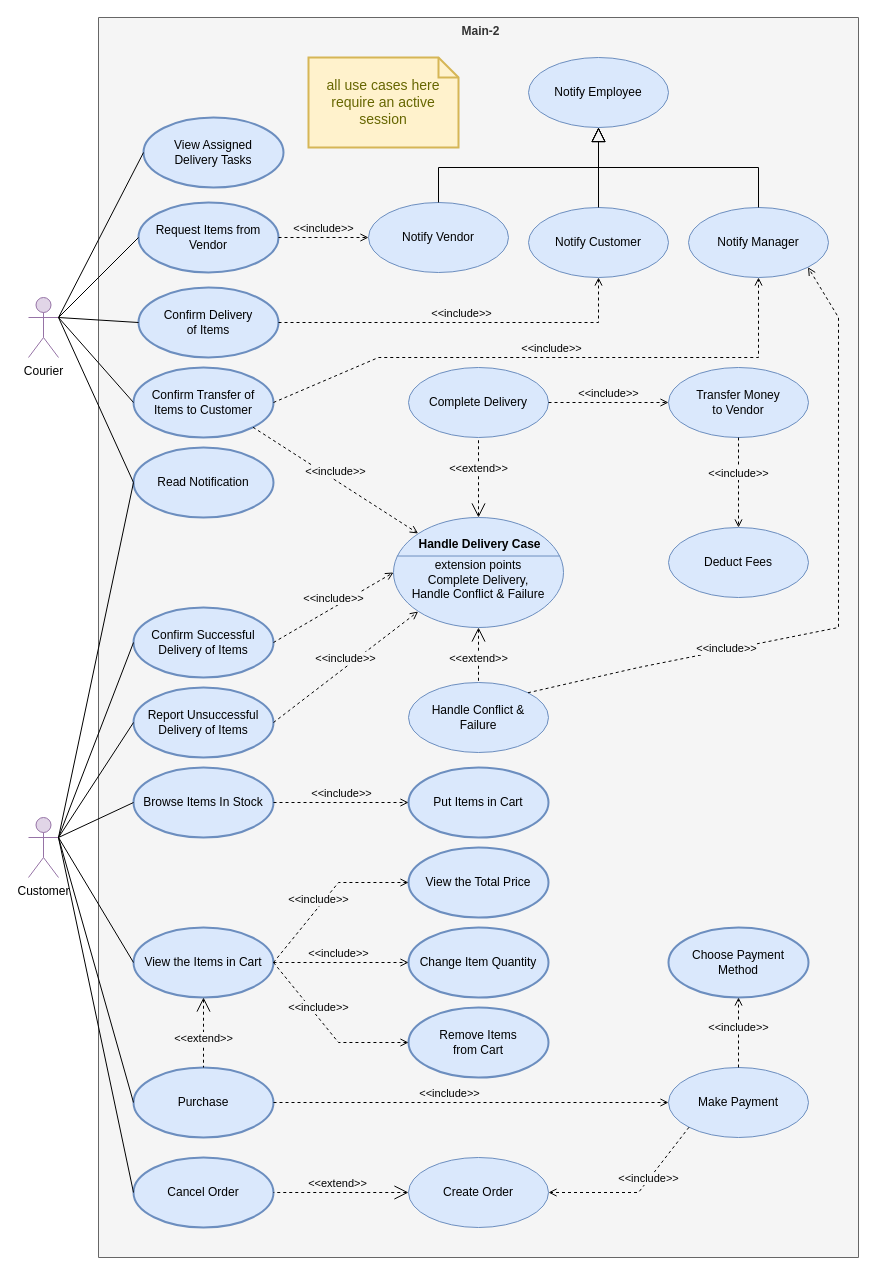
This is page "Main-2" (4 of 5) of software requirement/design/Use Case Diagram.drawio from nati-esh-zed/online_shopping_webapp, a draw.io file, before an edit. Source tidied: cells renumbered, new cells numbered last; positions are measured from the earlier drawing's top-left corner, leaving out a move shared by most shapes. Both pictures are drawn from the tidied source at 100%, with x=0, y=0 at pixel (28, 17).
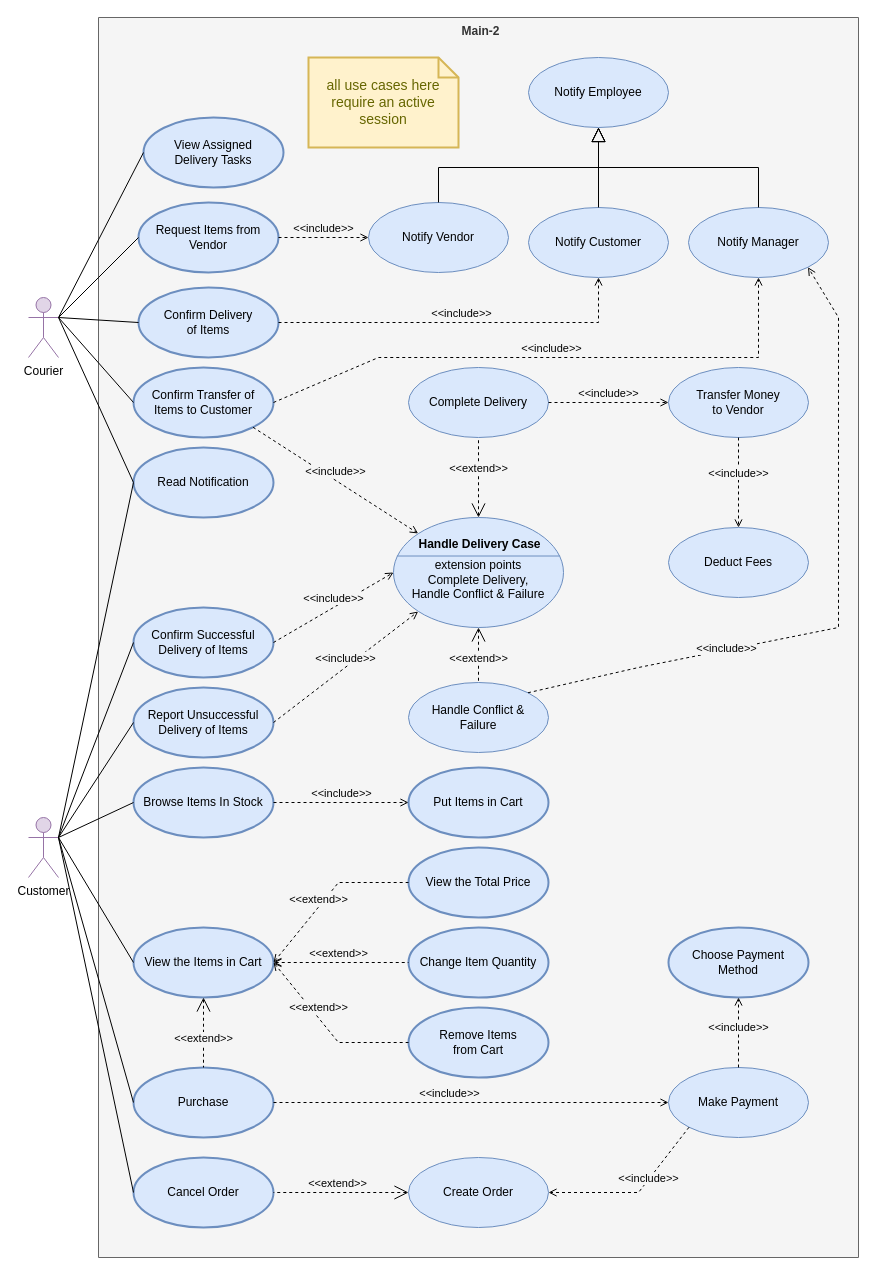
The same diagram, later.

Commit message (it also covers changes not shown here):
fix include-extend use-case diagram

The change refers to these unchanged cells:
```xml
<mxCell id="29" value="View the Items in Cart" style="ellipse;whiteSpace=wrap;html=1;fillColor=#dae8fc;strokeColor=#6c8ebf;strokeWidth=2;" parent="1" vertex="1">
  <mxGeometry x="105" y="910" width="140" height="70" as="geometry" />
</mxCell>
<mxCell id="31" value="Change Item Quantity" style="ellipse;whiteSpace=wrap;html=1;fillColor=#dae8fc;strokeColor=#6c8ebf;strokeWidth=2;" parent="1" vertex="1">
  <mxGeometry x="380" y="910" width="140" height="70" as="geometry" />
</mxCell>
<mxCell id="33" value="Remove Items&lt;br style=&quot;border-color: var(--border-color);&quot;&gt;from Cart" style="ellipse;whiteSpace=wrap;html=1;fillColor=#dae8fc;strokeColor=#6c8ebf;strokeWidth=2;" parent="1" vertex="1">
  <mxGeometry x="380" y="990" width="140" height="70" as="geometry" />
</mxCell>
<mxCell id="35" value="View the Total Price" style="ellipse;whiteSpace=wrap;html=1;fillColor=#dae8fc;strokeColor=#6c8ebf;strokeWidth=2;" parent="1" vertex="1">
  <mxGeometry x="380" y="830" width="140" height="70" as="geometry" />
</mxCell>
```

What changed in the source:
```diff
@@
-    <mxCell id="32" value="&amp;lt;&amp;lt;include&amp;gt;&amp;gt;" style="edgeStyle=none;html=1;endArrow=open;verticalAlign=bottom;dashed=1;labelBackgroundColor=#F5F5F5;rounded=0;exitX=1;exitY=0.5;exitDx=0;exitDy=0;entryX=0;entryY=0.5;entryDx=0;entryDy=0;" parent="1" edge="1" source="29" target="31">
+    <mxCell id="32" value="&amp;lt;&amp;lt;extend&amp;gt;&amp;gt;" style="edgeStyle=none;html=1;endArrow=none;verticalAlign=bottom;dashed=1;labelBackgroundColor=#F5F5F5;rounded=0;exitX=1;exitY=0.5;exitDx=0;exitDy=0;entryX=0;entryY=0.5;entryDx=0;entryDy=0;startArrow=open;startFill=0;endFill=0;" parent="1" edge="1" source="29" target="31">
       <mxGeometry x="-0.04" relative="1" as="geometry" />
     </mxCell>
@@
-    <mxCell id="34" value="&amp;lt;&amp;lt;include&amp;gt;&amp;gt;" style="edgeStyle=none;html=1;endArrow=open;verticalAlign=bottom;dashed=1;labelBackgroundColor=#F5F5F5;rounded=0;exitX=1;exitY=0.5;exitDx=0;exitDy=0;entryX=0;entryY=0.5;entryDx=0;entryDy=0;" parent="1" edge="1" source="29" target="33">
+    <mxCell id="34" value="&amp;lt;&amp;lt;extend&amp;gt;&amp;gt;" style="edgeStyle=none;html=1;endArrow=none;verticalAlign=bottom;dashed=1;labelBackgroundColor=#F5F5F5;rounded=0;exitX=1;exitY=0.5;exitDx=0;exitDy=0;entryX=0;entryY=0.5;entryDx=0;entryDy=0;startArrow=open;startFill=0;endFill=0;" parent="1" edge="1" source="29" target="33">
       <mxGeometry x="-0.18" relative="1" as="geometry">
         <Array as="points">
           <mxPoint x="310" y="1025" />
         </Array>
         <mxPoint y="-1" as="offset" />
       </mxGeometry>
     </mxCell>
@@
-    <mxCell id="36" value="&amp;lt;&amp;lt;include&amp;gt;&amp;gt;" style="edgeStyle=none;html=1;endArrow=open;verticalAlign=bottom;dashed=1;labelBackgroundColor=#F5F5F5;rounded=0;exitX=1;exitY=0.5;exitDx=0;exitDy=0;entryX=0;entryY=0.5;entryDx=0;entryDy=0;" parent="1" edge="1" source="29" target="35">
+    <mxCell id="36" value="&amp;lt;&amp;lt;extend&amp;gt;&amp;gt;" style="edgeStyle=none;html=1;endArrow=none;verticalAlign=bottom;dashed=1;labelBackgroundColor=#F5F5F5;rounded=0;exitX=1;exitY=0.5;exitDx=0;exitDy=0;entryX=0;entryY=0.5;entryDx=0;entryDy=0;startArrow=open;startFill=0;endFill=0;" parent="1" edge="1" source="29" target="35">
       <mxGeometry x="-0.18" relative="1" as="geometry">
         <Array as="points">
           <mxPoint x="310" y="865" />
         </Array>
         <mxPoint y="1" as="offset" />
       </mxGeometry>
     </mxCell>
```
